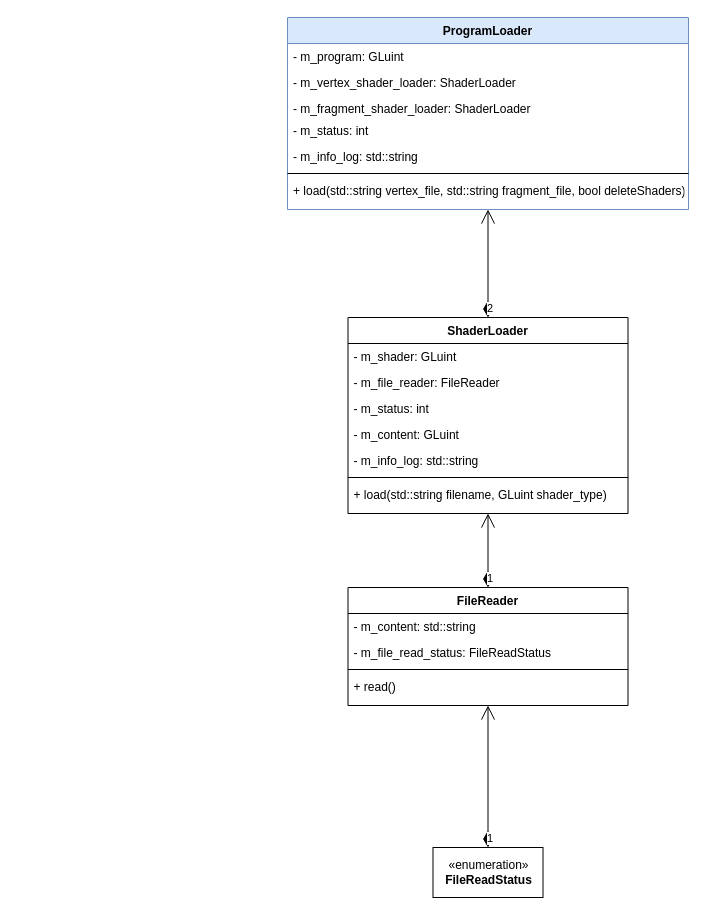
This is page "LoaderSubsystem" (3 of 15) of docs/in_dev/Design/Total System Design.drawio from AntonyA3/Games-Engine, a draw.io file, before an edit. Source tidied: cells renumbered, new cells numbered last; positions are measured from the earlier drawing's top-left corner, leaving out a move shared by most shapes. Both pictures are drawn from the tidied source at 100%, with x=0, y=0 at pixel (287, 17).
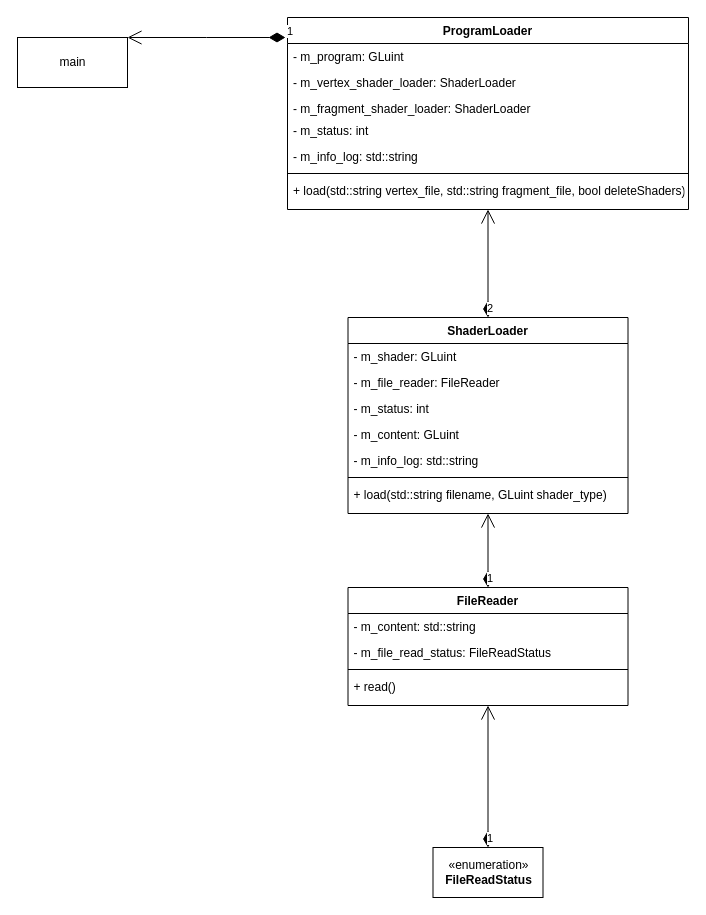
Above is the later version.

The edit, as a diff of the source:
```diff
@@
-    <mxCell id="15" value="ProgramLoader" style="swimlane;fontStyle=1;align=center;verticalAlign=top;horizontal=1;startSize=26;fillColor=#dae8fc;strokeColor=#6c8ebf;" parent="1" vertex="1">
+    <mxCell id="15" value="ProgramLoader" style="swimlane;fontStyle=1;align=center;verticalAlign=top;horizontal=1;startSize=26;" parent="1" vertex="1">
       <mxGeometry width="401" height="192" as="geometry" />
     </mxCell>
@@
+    <mxCell id="27" value="main" style="html=1;" parent="1" vertex="1">
+      <mxGeometry x="-270" y="20" width="110" height="50" as="geometry" />
+    </mxCell>
+    <mxCell id="28" value="1" style="endArrow=open;html=1;endSize=12;startArrow=diamondThin;startSize=14;startFill=1;edgeStyle=elbowEdgeStyle;align=left;verticalAlign=bottom;rounded=0;entryX=1;entryY=0;entryDx=0;entryDy=0;" parent="1" edge="1" target="27">
+      <mxGeometry x="-1" y="3" relative="1" as="geometry">
+        <mxPoint x="-2" y="20" as="sourcePoint" />
+      </mxGeometry>
+    </mxCell>
```
